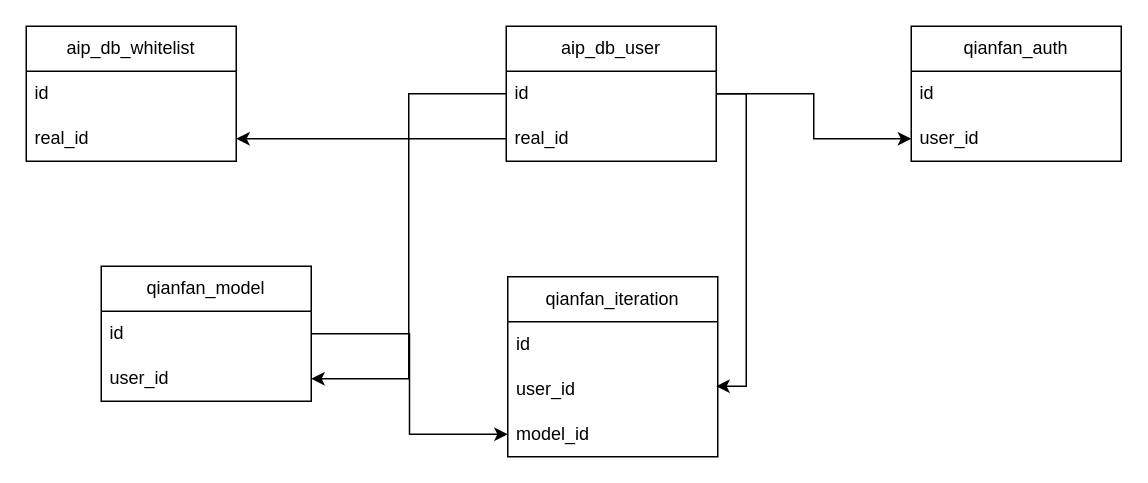
Earlier version of the draw.io diagram db.drawio (ThinkingXuan/draw). Source tidied: cells renumbered, new cells numbered last; positions are measured from the earlier drawing's top-left corner, leaving out a move shared by most shapes. Both pictures are drawn from the tidied source at 150%, with x=0, y=0 at pixel (26, 26).
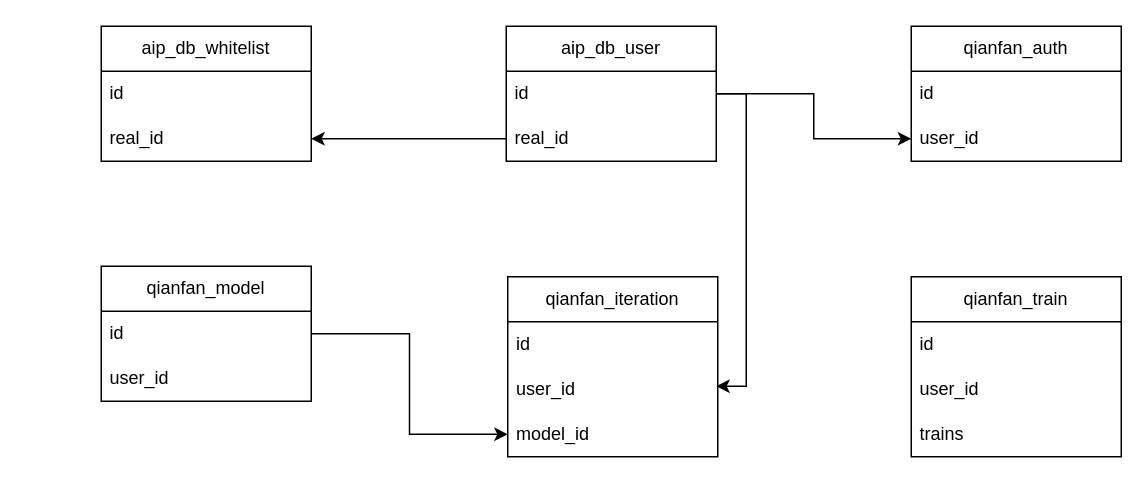
After the change.

Unchanged cells that the change refers to:
```xml
<mxCell id="3" value="id" style="text;strokeColor=none;fillColor=none;align=left;verticalAlign=middle;spacingLeft=4;spacingRight=4;overflow=hidden;points=[[0,0.5],[1,0.5]];portConstraint=eastwest;whiteSpace=wrap;html=1;" parent="2" vertex="1">
  <mxGeometry y="30" width="140" height="30" as="geometry" />
</mxCell>
<mxCell id="4" value="real_id" style="text;strokeColor=none;fillColor=none;align=left;verticalAlign=middle;spacingLeft=4;spacingRight=4;overflow=hidden;points=[[0,0.5],[1,0.5]];portConstraint=eastwest;whiteSpace=wrap;html=1;" parent="2" vertex="1">
  <mxGeometry y="60" width="140" height="30" as="geometry" />
</mxCell>
<mxCell id="10" value="real_id" style="text;strokeColor=none;fillColor=none;align=left;verticalAlign=middle;spacingLeft=4;spacingRight=4;overflow=hidden;points=[[0,0.5],[1,0.5]];portConstraint=eastwest;whiteSpace=wrap;html=1;" parent="8" vertex="1">
  <mxGeometry y="60" width="140" height="30" as="geometry" />
</mxCell>
<mxCell id="20" value="user_id" style="text;strokeColor=none;fillColor=none;align=left;verticalAlign=middle;spacingLeft=4;spacingRight=4;overflow=hidden;points=[[0,0.5],[1,0.5]];portConstraint=eastwest;whiteSpace=wrap;html=1;" parent="18" vertex="1">
  <mxGeometry y="60" width="140" height="30" as="geometry" />
</mxCell>
```

What changed in the source:
```diff
@@
     <mxCell id="8" value="aip_db_whitelist" style="swimlane;fontStyle=0;horizontal=1;startSize=30;whiteSpace=wrap;html=1;" parent="1" vertex="1">
-      <mxGeometry width="140" height="90" as="geometry" />
+      <mxGeometry x="50" width="140" height="90" as="geometry" />
     </mxCell>
@@
-    <mxCell id="12" style="edgeStyle=orthogonalEdgeStyle;rounded=0;jettySize=auto;html=1;exitX=0;exitY=0.5;exitDx=0;exitDy=0;entryX=1;entryY=0.5;entryDx=0;entryDy=0;" parent="1" edge="1" source="4" target="10">
+    <mxCell id="12" style="edgeStyle=orthogonalEdgeStyle;rounded=0;jettySize=auto;html=1;exitX=0;exitY=0.5;exitDx=0;exitDy=0;entryX=1;entryY=0.5;entryDx=0;entryDy=0;jumpStyle=arc;" parent="1" edge="1" source="4" target="10">
       <mxGeometry relative="1" as="geometry" />
     </mxCell>
@@
-    <mxCell id="21" style="edgeStyle=orthogonalEdgeStyle;rounded=0;jettySize=auto;html=1;exitX=0;exitY=0.5;exitDx=0;exitDy=0;entryX=1;entryY=0.5;entryDx=0;entryDy=0;" parent="1" edge="1" source="3" target="20">
-      <mxGeometry relative="1" as="geometry" />
-    </mxCell>
@@
+    <mxCell id="23" value="qianfan_train" style="swimlane;fontStyle=0;horizontal=1;startSize=30;whiteSpace=wrap;html=1;" parent="1" vertex="1">
+      <mxGeometry x="590" y="167" width="140" height="120" as="geometry" />
+    </mxCell>
+    <mxCell id="24" value="id" style="text;strokeColor=none;fillColor=none;align=left;verticalAlign=middle;spacingLeft=4;spacingRight=4;overflow=hidden;whiteSpace=wrap;html=1;" parent="23" vertex="1">
+      <mxGeometry y="30" width="140" height="30" as="geometry" />
+    </mxCell>
+    <mxCell id="25" value="user_id" style="text;strokeColor=none;fillColor=none;align=left;verticalAlign=middle;spacingLeft=4;spacingRight=4;overflow=hidden;whiteSpace=wrap;html=1;" parent="23" vertex="1">
+      <mxGeometry y="60" width="140" height="30" as="geometry" />
+    </mxCell>
+    <mxCell id="26" value="trains" style="text;strokeColor=none;fillColor=none;align=left;verticalAlign=middle;spacingLeft=4;spacingRight=4;overflow=hidden;whiteSpace=wrap;html=1;" parent="23" vertex="1">
+      <mxGeometry y="90" width="140" height="30" as="geometry" />
+    </mxCell>
```
